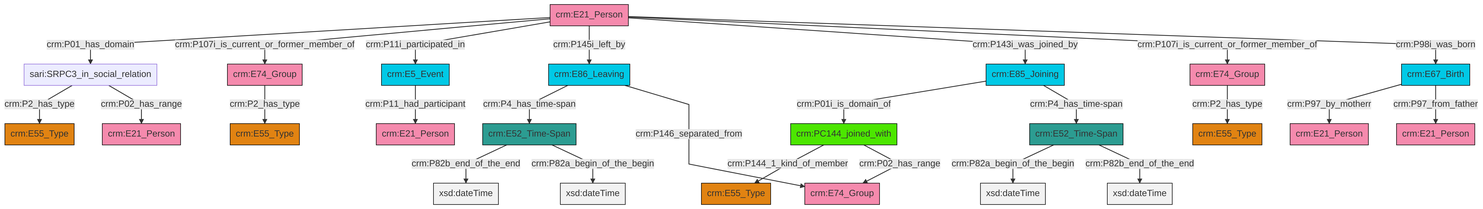
swiss-art-research-net/reference-data-models keeps this Mermaid diagram as et/personCSV/ttl/mmd/png/Person_Actor_Relations.png. Above is the earlier version. Its source is kept beside it as et/personCSV/ttl/mmd/Person_Actor_Relations.ttl.mmd.
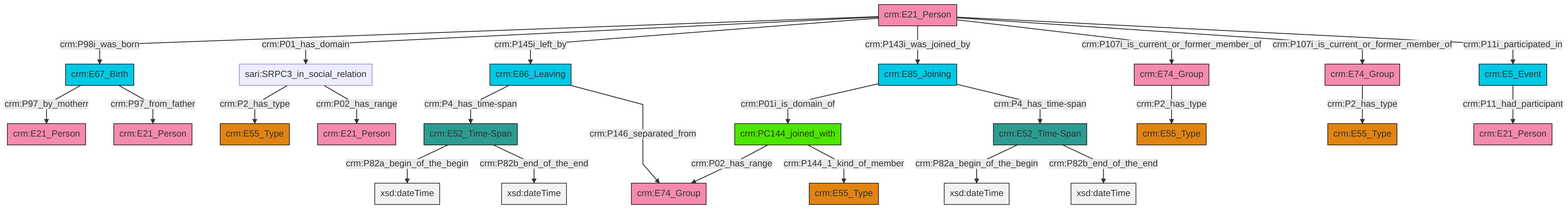
After the change.

Diff of the diagram source:
```diff
@@ -13,27 +13,27 @@
 classDef PC_Classes fill:#4ce600, stroke:#000000;
 classDef Multi fill:#cccccc,stroke:#000000;
 
-0["crm:E86_Leaving"]:::Temporal_Entity -->|crm:P4_has_time-span| 1["crm:E52_Time-Span"]:::Time-Span
-4["crm:E74_Group"]:::Actor -->|crm:P2_has_type| 2["crm:E55_Type"]:::Type
-6["crm:E21_Person"]:::Actor -->|crm:P01_has_domain| 7["sari:SRPC3_in_social_relation"]:::Default
-8["crm:E67_Birth"]:::Temporal_Entity -->|crm:P97_by_motherr| 10["crm:E21_Person"]:::Actor
-6["crm:E21_Person"]:::Actor -->|crm:P107i_is_current_or_former_member_of| 4["crm:E74_Group"]:::Actor
-13["crm:E74_Group"]:::Actor -->|crm:P2_has_type| 14["crm:E55_Type"]:::Type
-17["crm:E5_Event"]:::Temporal_Entity -->|crm:P11_had_participant| 18["crm:E21_Person"]:::Actor
-1["crm:E52_Time-Span"]:::Time-Span -->|crm:P82b_end_of_the_end| 19[xsd:dateTime]:::Literal
-22["crm:PC144_joined_with"]:::PC_Classes -->|crm:P144_1_kind_of_member| 15["crm:E55_Type"]:::Type
-23["crm:E85_Joining"]:::Temporal_Entity -->|crm:P01i_is_domain_of| 22["crm:PC144_joined_with"]:::PC_Classes
-6["crm:E21_Person"]:::Actor -->|crm:P11i_participated_in| 17["crm:E5_Event"]:::Temporal_Entity
-24["crm:E52_Time-Span"]:::Time-Span -->|crm:P82a_begin_of_the_begin| 25[xsd:dateTime]:::Literal
-6["crm:E21_Person"]:::Actor -->|crm:P145i_left_by| 0["crm:E86_Leaving"]:::Temporal_Entity
-6["crm:E21_Person"]:::Actor -->|crm:P143i_was_joined_by| 23["crm:E85_Joining"]:::Temporal_Entity
-22["crm:PC144_joined_with"]:::PC_Classes -->|crm:P02_has_range| 26["crm:E74_Group"]:::Actor
-1["crm:E52_Time-Span"]:::Time-Span -->|crm:P82a_begin_of_the_begin| 39[xsd:dateTime]:::Literal
-24["crm:E52_Time-Span"]:::Time-Span -->|crm:P82b_end_of_the_end| 40[xsd:dateTime]:::Literal
-7["sari:SRPC3_in_social_relation"]:::Default -->|crm:P2_has_type| 32["crm:E55_Type"]:::Type
-0["crm:E86_Leaving"]:::Temporal_Entity -->|crm:P146_separated_from| 26["crm:E74_Group"]:::Actor
-6["crm:E21_Person"]:::Actor -->|crm:P107i_is_current_or_former_member_of| 13["crm:E74_Group"]:::Actor
-6["crm:E21_Person"]:::Actor -->|crm:P98i_was_born| 8["crm:E67_Birth"]:::Temporal_Entity
-8["crm:E67_Birth"]:::Temporal_Entity -->|crm:P97_from_father| 20["crm:E21_Person"]:::Actor
-23["crm:E85_Joining"]:::Temporal_Entity -->|crm:P4_has_time-span| 24["crm:E52_Time-Span"]:::Time-Span
-7["sari:SRPC3_in_social_relation"]:::Default -->|crm:P02_has_range| 34["crm:E21_Person"]:::Actor
+4["crm:E21_Person"]:::Actor -->|crm:P98i_was_born| 5["crm:E67_Birth"]:::Temporal_Entity
+4["crm:E21_Person"]:::Actor -->|crm:P01_has_domain| 8["sari:SRPC3_in_social_relation"]:::Default
+4["crm:E21_Person"]:::Actor -->|crm:P145i_left_by| 9["crm:E86_Leaving"]:::Temporal_Entity
+4["crm:E21_Person"]:::Actor -->|crm:P143i_was_joined_by| 6["crm:E85_Joining"]:::Temporal_Entity
+14["crm:PC144_joined_with"]:::PC_Classes -->|crm:P02_has_range| 0["crm:E74_Group"]:::Actor
+15["crm:E52_Time-Span"]:::Time-Span -->|crm:P82a_begin_of_the_begin| 16[xsd:dateTime]:::Literal
+20["crm:E52_Time-Span"]:::Time-Span -->|crm:P82a_begin_of_the_begin| 21[xsd:dateTime]:::Literal
+8["sari:SRPC3_in_social_relation"]:::Default -->|crm:P2_has_type| 22["crm:E55_Type"]:::Type
+4["crm:E21_Person"]:::Actor -->|crm:P107i_is_current_or_former_member_of| 24["crm:E74_Group"]:::Actor
+15["crm:E52_Time-Span"]:::Time-Span -->|crm:P82b_end_of_the_end| 25[xsd:dateTime]:::Literal
+20["crm:E52_Time-Span"]:::Time-Span -->|crm:P82b_end_of_the_end| 26[xsd:dateTime]:::Literal
+2["crm:E74_Group"]:::Actor -->|crm:P2_has_type| 18["crm:E55_Type"]:::Type
+6["crm:E85_Joining"]:::Temporal_Entity -->|crm:P01i_is_domain_of| 14["crm:PC144_joined_with"]:::PC_Classes
+29["crm:E5_Event"]:::Temporal_Entity -->|crm:P11_had_participant| 10["crm:E21_Person"]:::Actor
+4["crm:E21_Person"]:::Actor -->|crm:P107i_is_current_or_former_member_of| 2["crm:E74_Group"]:::Actor
+4["crm:E21_Person"]:::Actor -->|crm:P11i_participated_in| 29["crm:E5_Event"]:::Temporal_Entity
+6["crm:E85_Joining"]:::Temporal_Entity -->|crm:P4_has_time-span| 15["crm:E52_Time-Span"]:::Time-Span
+5["crm:E67_Birth"]:::Temporal_Entity -->|crm:P97_by_motherr| 12["crm:E21_Person"]:::Actor
+24["crm:E74_Group"]:::Actor -->|crm:P2_has_type| 34["crm:E55_Type"]:::Type
+5["crm:E67_Birth"]:::Temporal_Entity -->|crm:P97_from_father| 30["crm:E21_Person"]:::Actor
+8["sari:SRPC3_in_social_relation"]:::Default -->|crm:P02_has_range| 32["crm:E21_Person"]:::Actor
+9["crm:E86_Leaving"]:::Temporal_Entity -->|crm:P4_has_time-span| 20["crm:E52_Time-Span"]:::Time-Span
+9["crm:E86_Leaving"]:::Temporal_Entity -->|crm:P146_separated_from| 0["crm:E74_Group"]:::Actor
+14["crm:PC144_joined_with"]:::PC_Classes -->|crm:P144_1_kind_of_member| 27["crm:E55_Type"]:::Type
```
